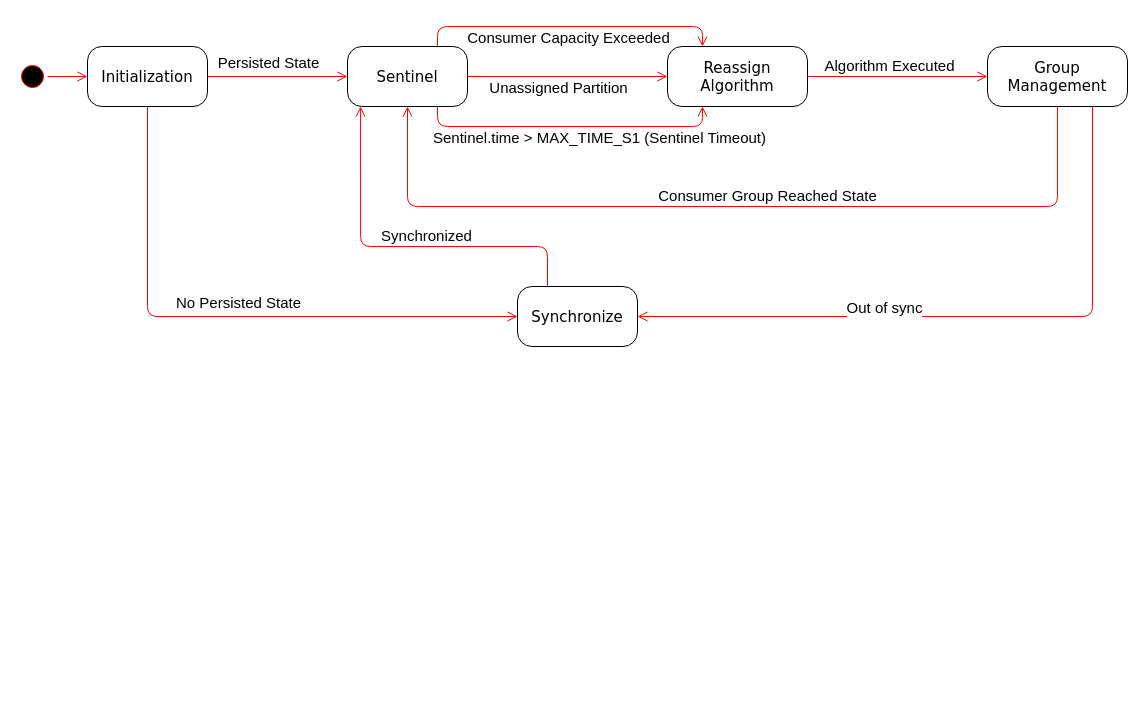
Before: Architecture Diagram/state_machine.drawio in landaudiogo/thesis_data, a draw.io diagram. Source tidied: cells renumbered, new cells numbered last; positions are measured from the earlier drawing's top-left corner, leaving out a move shared by most shapes. Both pictures are drawn from the tidied source at 100%, with x=0, y=0 at pixel (17, 26).
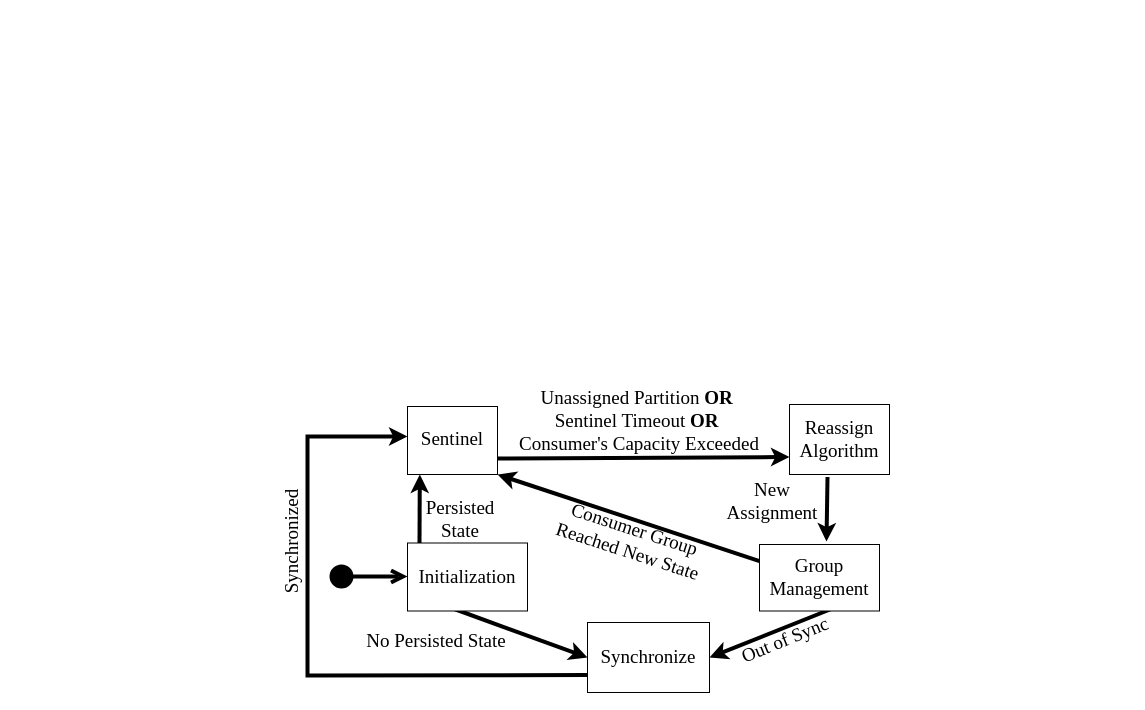
The same diagram, later.

Commit message (it also covers changes not shown here):
Update drawio diagrams for article

Change to the diagram source:
```diff
@@
-    <mxCell id="2" style="ellipse;html=1;shape=startState;fillColor=#000000;strokeColor=#ff0000;rounded=1;shadow=0;comic=0;labelBackgroundColor=none;fontFamily=Verdana;fontSize=12;fontColor=#000000;align=center;direction=south;" parent="1" vertex="1">
-      <mxGeometry y="35" width="30" height="30" as="geometry" />
-    </mxCell>
-    <mxCell id="3" value="Sentinel" style="rounded=1;whiteSpace=wrap;html=1;arcSize=24;shadow=0;comic=0;labelBackgroundColor=none;fontFamily=Verdana;fontSize=15;align=center;fillColor=#FFFFFF;" parent="1" vertex="1">
-      <mxGeometry x="330" y="20" width="120" height="60" as="geometry" />
-    </mxCell>
-    <mxCell id="4" style="edgeStyle=orthogonalEdgeStyle;html=1;labelBackgroundColor=none;endArrow=open;endSize=8;strokeColor=#ff0000;fontFamily=Verdana;fontSize=12;align=left;exitX=1;exitY=0.5;exitDx=0;exitDy=0;" parent="1" edge="1" source="18" target="3">
-      <mxGeometry relative="1" as="geometry" />
-    </mxCell>
+    <mxCell id="27" style="rounded=0;whiteSpace=wrap;html=1;arcSize=24;shadow=0;comic=0;labelBackgroundColor=none;fontFamily=Verdana;fontSize=18;align=center;fillColor=#FFFFFF;" parent="1" vertex="1">
+      <mxGeometry x="390" y="380" width="90" height="68" as="geometry" />
+    </mxCell>
+    <mxCell id="28" value="&lt;font style=&quot;font-size: 18px;&quot;&gt;&lt;br style=&quot;font-size: 18px;&quot;&gt;&lt;/font&gt;" style="rounded=0;whiteSpace=wrap;html=1;arcSize=24;shadow=0;comic=0;labelBackgroundColor=none;fontFamily=Verdana;fontSize=18;align=center;fillColor=#FFFFFF;" parent="1" vertex="1">
+      <mxGeometry x="772" y="378" width="100" height="70" as="geometry" />
+    </mxCell>
+    <mxCell id="29" style="rounded=0;whiteSpace=wrap;html=1;arcSize=24;shadow=0;comic=0;labelBackgroundColor=none;fontFamily=Verdana;fontSize=18;align=center;fillColor=#FFFFFF;" parent="1" vertex="1">
+      <mxGeometry x="570" y="596" width="122" height="70" as="geometry" />
+    </mxCell>
+    <mxCell id="30" value="&lt;font style=&quot;font-size: 19px;&quot;&gt;Out of Sync&lt;/font&gt;" style="text;html=1;strokeColor=none;fillColor=none;align=center;verticalAlign=middle;whiteSpace=wrap;rounded=0;fontSize=19;fontFamily=Times New Roman;rotation=338;" parent="1" vertex="1">
+      <mxGeometry x="708" y="599" width="120" height="30" as="geometry" />
+    </mxCell>
+    <mxCell id="22" value="No Persisted State" style="text;html=1;strokeColor=none;fillColor=none;align=center;verticalAlign=middle;whiteSpace=wrap;rounded=0;fontSize=19;fontFamily=Times New Roman;rotation=0;" parent="1" vertex="1">
+      <mxGeometry x="328" y="600" width="182" height="30" as="geometry" />
+    </mxCell>
-    <mxCell id="5" value="Persisted State" style="edgeLabel;html=1;align=center;verticalAlign=middle;fontSize=15;" parent="4" vertex="1">
-      <mxGeometry x="-0.15" relative="1" as="geometry">
-        <mxPoint y="-15" as="offset" />
-      </mxGeometry>
+    <mxCell id="5" value="Persisted State" style="text;html=1;strokeColor=none;fillColor=none;align=center;verticalAlign=middle;whiteSpace=wrap;rounded=0;fontSize=19;fontFamily=Times New Roman;" parent="1" vertex="1">
+      <mxGeometry x="408" y="478" width="70" height="30" as="geometry" />
     </mxCell>
+    <mxCell id="31" value="Unassigned Partition &lt;b style=&quot;font-size: 19px;&quot;&gt;OR&amp;nbsp;&lt;/b&gt;&lt;br style=&quot;font-size: 19px;&quot;&gt;Sentinel Timeout &lt;b style=&quot;font-size: 19px;&quot;&gt;OR&amp;nbsp;&lt;br style=&quot;font-size: 19px;&quot;&gt;&lt;/b&gt;Consumer's Capacity Exceeded" style="text;html=1;strokeColor=none;fillColor=none;align=center;verticalAlign=middle;whiteSpace=wrap;rounded=0;fontSize=19;fontFamily=Times New Roman;" parent="1" vertex="1">
+      <mxGeometry x="472" y="380" width="300" height="30" as="geometry" />
+    </mxCell>
+    <mxCell id="32" style="endArrow=classic;html=1;rounded=0;strokeWidth=4;fontFamily=Times New Roman;fontSize=27;entryX=0;entryY=0.75;entryDx=0;entryDy=0;" parent="1" edge="1" target="28">
+      <mxGeometry relative="1" as="geometry">
+        <mxPoint x="480" y="432" as="sourcePoint" />
+      </mxGeometry>
+    </mxCell>
+    <mxCell id="33" value="New Assignment" style="text;html=1;strokeColor=none;fillColor=none;align=center;verticalAlign=middle;whiteSpace=wrap;rounded=0;fontSize=19;fontFamily=Times New Roman;" parent="1" vertex="1">
+      <mxGeometry x="699" y="460" width="112" height="30" as="geometry" />
+    </mxCell>
+    <mxCell id="24" value="Synchronized" style="text;html=1;strokeColor=none;fillColor=none;align=center;verticalAlign=middle;whiteSpace=wrap;rounded=0;fontSize=19;fontFamily=Times New Roman;rotation=-90;" parent="1" vertex="1">
+      <mxGeometry x="230" y="500" width="90" height="30" as="geometry" />
+    </mxCell>
+    <mxCell id="34" value="Consumer Group Reached New State" style="text;html=1;strokeColor=none;fillColor=none;align=center;verticalAlign=middle;whiteSpace=wrap;rounded=0;fontSize=19;fontFamily=Times New Roman;rotation=18;" parent="1" vertex="1">
+      <mxGeometry x="532" y="499" width="164" height="30" as="geometry" />
+    </mxCell>
+    <mxCell id="35" style="html=1;verticalAlign=bottom;startArrow=circle;startFill=1;endArrow=open;startSize=6;endSize=8;rounded=0;strokeWidth=4;fontFamily=Times New Roman;fontSize=18;" parent="1" edge="1">
+      <mxGeometry relative="1" as="geometry">
+        <mxPoint x="310" y="550" as="sourcePoint" />
+        <mxPoint x="390" y="550" as="targetPoint" />
+      </mxGeometry>
+    </mxCell>
+    <mxCell id="36" style="endArrow=classic;html=1;rounded=0;strokeWidth=4;fontFamily=Times New Roman;fontSize=27;exitX=0;exitY=0.75;exitDx=0;exitDy=0;" parent="1" edge="1" source="29">
+      <mxGeometry relative="1" as="geometry">
+        <mxPoint x="390" y="410" as="targetPoint" />
+        <Array as="points">
+          <mxPoint x="290" y="649" />
+          <mxPoint x="290" y="410" />
+        </Array>
+      </mxGeometry>
+    </mxCell>
+    <mxCell id="37" style="endArrow=classic;html=1;rounded=0;strokeWidth=4;fontFamily=Times New Roman;fontSize=27;entryX=0.619;entryY=-0.02;entryDx=0;entryDy=0;entryPerimeter=0;exitX=1.005;exitY=0.607;exitDx=0;exitDy=0;exitPerimeter=0;" parent="1" edge="1">
+      <mxGeometry relative="1" as="geometry">
+        <mxPoint x="810" y="450.5" as="sourcePoint" />
+        <mxPoint x="809" y="515.1" as="targetPoint" />
+      </mxGeometry>
+    </mxCell>
+    <mxCell id="38" style="endArrow=classic;html=1;rounded=0;strokeWidth=4;fontFamily=Times New Roman;fontSize=27;entryX=0;entryY=0.5;entryDx=0;entryDy=0;exitX=1.005;exitY=0.607;exitDx=0;exitDy=0;exitPerimeter=0;" parent="1" edge="1" target="29">
+      <mxGeometry relative="1" as="geometry">
+        <mxPoint x="430" y="580" as="sourcePoint" />
+      </mxGeometry>
+    </mxCell>
+    <mxCell id="39" style="endArrow=classic;html=1;rounded=0;strokeWidth=4;fontFamily=Times New Roman;fontSize=27;entryX=1;entryY=0.5;entryDx=0;entryDy=0;" parent="1" edge="1" target="29">
+      <mxGeometry relative="1" as="geometry">
+        <mxPoint x="820" y="580" as="sourcePoint" />
+      </mxGeometry>
+    </mxCell>
+    <mxCell id="40" style="endArrow=classic;html=1;rounded=0;strokeWidth=4;fontFamily=Times New Roman;fontSize=27;entryX=1;entryY=1;entryDx=0;entryDy=0;exitX=0;exitY=0.25;exitDx=0;exitDy=0;" parent="1" edge="1" target="27">
+      <mxGeometry relative="1" as="geometry">
+        <mxPoint x="742" y="534.6" as="sourcePoint" />
+      </mxGeometry>
+    </mxCell>
+    <mxCell id="41" value="&lt;font style=&quot;font-size: 18px;&quot;&gt;&lt;br style=&quot;font-size: 18px;&quot;&gt;&lt;/font&gt;" style="rounded=0;whiteSpace=wrap;html=1;arcSize=24;shadow=0;comic=0;labelBackgroundColor=none;fontFamily=Verdana;fontSize=18;align=center;fillColor=#FFFFFF;" parent="1" vertex="1">
+      <mxGeometry x="742" y="518" width="120" height="66.5" as="geometry" />
+    </mxCell>
+    <mxCell id="42" style="endArrow=classic;html=1;rounded=0;strokeWidth=4;fontFamily=Times New Roman;fontSize=27;entryX=0.685;entryY=1.023;entryDx=0;entryDy=0;entryPerimeter=0;exitX=0;exitY=0;exitDx=0;exitDy=0;" parent="1" edge="1">
+      <mxGeometry relative="1" as="geometry">
+        <mxPoint x="402" y="516.5" as="sourcePoint" />
+        <mxPoint x="402.3" y="448" as="targetPoint" />
+      </mxGeometry>
+    </mxCell>
+    <mxCell id="43" style="rounded=0;whiteSpace=wrap;html=1;arcSize=24;shadow=0;comic=0;labelBackgroundColor=none;fontFamily=Verdana;fontSize=18;align=center;fillColor=#FFFFFF;" parent="1" vertex="1">
+      <mxGeometry x="390" y="516.5" width="120" height="68" as="geometry" />
+    </mxCell>
-    <mxCell id="6" value="Reassign Algorithm" style="rounded=1;whiteSpace=wrap;html=1;arcSize=24;shadow=0;comic=0;labelBackgroundColor=none;fontFamily=Verdana;fontSize=15;align=center;fillColor=#FFFFFF;" parent="1" vertex="1">
-      <mxGeometry x="650" y="20" width="140" height="60" as="geometry" />
+    <mxCell id="6" value="Reassign Algorithm" style="text;html=1;strokeColor=none;fillColor=none;align=center;verticalAlign=middle;whiteSpace=wrap;rounded=0;fontSize=19;fontFamily=Times New Roman;" parent="1" vertex="1">
+      <mxGeometry x="766" y="398" width="112" height="30" as="geometry" />
     </mxCell>
-    <mxCell id="7" value="Group Management" style="rounded=1;whiteSpace=wrap;html=1;arcSize=24;shadow=0;comic=0;labelBackgroundColor=none;fontFamily=Verdana;fontSize=15;align=center;fillColor=#FFFFFF;" parent="1" vertex="1">
-      <mxGeometry x="970" y="20" width="140" height="60" as="geometry" />
+    <mxCell id="7" value="Group Management" style="text;html=1;strokeColor=none;fillColor=none;align=center;verticalAlign=middle;whiteSpace=wrap;rounded=0;fontSize=19;fontFamily=Times New Roman;" parent="1" vertex="1">
+      <mxGeometry x="746" y="535.5" width="112" height="30" as="geometry" />
     </mxCell>
-    <mxCell id="8" style="edgeStyle=orthogonalEdgeStyle;html=1;labelBackgroundColor=none;endArrow=open;endSize=8;strokeColor=#ff0000;fontFamily=Verdana;fontSize=12;align=left;exitX=1;exitY=0.5;exitDx=0;exitDy=0;entryX=0;entryY=0.5;entryDx=0;entryDy=0;" parent="1" edge="1" source="3" target="6">
-      <mxGeometry relative="1" as="geometry" />
-    </mxCell>
-    <mxCell id="9" value="Unassigned Partition" style="edgeLabel;html=1;align=center;verticalAlign=middle;fontSize=15;" parent="8" vertex="1">
-      <mxGeometry x="-0.13" y="1" relative="1" as="geometry">
-        <mxPoint x="3" y="11" as="offset" />
-      </mxGeometry>
-    </mxCell>
-    <mxCell id="10" style="edgeStyle=orthogonalEdgeStyle;html=1;labelBackgroundColor=none;endArrow=open;endSize=8;strokeColor=#ff0000;fontFamily=Verdana;fontSize=12;align=left;exitX=0.75;exitY=1;exitDx=0;exitDy=0;entryX=0.25;entryY=1;entryDx=0;entryDy=0;" parent="1" edge="1" source="3" target="6">
-      <mxGeometry relative="1" as="geometry">
-        <Array as="points">
-          <mxPoint x="420" y="100" />
-          <mxPoint x="685" y="100" />
-        </Array>
-      </mxGeometry>
-    </mxCell>
-    <mxCell id="11" value="Sentinel.time &amp;gt; MAX_TIME_S1 (Sentinel Timeout)" style="edgeLabel;html=1;align=center;verticalAlign=middle;fontSize=15;" parent="10" vertex="1">
-      <mxGeometry x="-0.13" y="1" relative="1" as="geometry">
-        <mxPoint x="48" y="11" as="offset" />
-      </mxGeometry>
-    </mxCell>
-    <mxCell id="12" style="edgeStyle=orthogonalEdgeStyle;html=1;labelBackgroundColor=none;endArrow=open;endSize=8;strokeColor=#ff0000;fontFamily=Verdana;fontSize=12;align=left;exitX=0.75;exitY=0;exitDx=0;exitDy=0;entryX=0.25;entryY=0;entryDx=0;entryDy=0;" parent="1" edge="1" source="3" target="6">
-      <mxGeometry relative="1" as="geometry">
-        <Array as="points">
-          <mxPoint x="420" />
-          <mxPoint x="685" />
-        </Array>
-      </mxGeometry>
-    </mxCell>
-    <mxCell id="13" value="Consumer Capacity Exceeded" style="edgeLabel;html=1;align=center;verticalAlign=middle;fontSize=15;" parent="12" vertex="1">
-      <mxGeometry x="-0.13" y="1" relative="1" as="geometry">
-        <mxPoint x="17" y="11" as="offset" />
-      </mxGeometry>
-    </mxCell>
-    <mxCell id="14" style="edgeStyle=orthogonalEdgeStyle;html=1;labelBackgroundColor=none;endArrow=open;endSize=8;strokeColor=#ff0000;fontFamily=Verdana;fontSize=12;align=left;exitX=1;exitY=0.5;exitDx=0;exitDy=0;entryX=0;entryY=0.5;entryDx=0;entryDy=0;" parent="1" edge="1" source="6" target="7">
-      <mxGeometry relative="1" as="geometry" />
-    </mxCell>
-    <mxCell id="15" value="Algorithm Executed" style="edgeLabel;html=1;align=center;verticalAlign=middle;fontSize=15;" parent="14" vertex="1">
-      <mxGeometry x="-0.13" y="1" relative="1" as="geometry">
-        <mxPoint x="3" y="-11" as="offset" />
-      </mxGeometry>
-    </mxCell>
-    <mxCell id="16" style="edgeStyle=orthogonalEdgeStyle;html=1;labelBackgroundColor=none;endArrow=open;endSize=8;strokeColor=#ff0000;fontFamily=Verdana;fontSize=12;align=left;exitX=0.5;exitY=1;exitDx=0;exitDy=0;entryX=0.5;entryY=1;entryDx=0;entryDy=0;" parent="1" edge="1" source="7" target="3">
-      <mxGeometry relative="1" as="geometry">
-        <Array as="points">
-          <mxPoint x="1040" y="180" />
-          <mxPoint x="390" y="180" />
-        </Array>
-      </mxGeometry>
-    </mxCell>
-    <mxCell id="17" value="Consumer Group Reached State" style="edgeLabel;html=1;align=center;verticalAlign=middle;fontSize=15;" parent="16" vertex="1">
-      <mxGeometry x="-0.13" y="1" relative="1" as="geometry">
-        <mxPoint x="-21" y="-13" as="offset" />
-      </mxGeometry>
-    </mxCell>
+    <mxCell id="20" value="Synchronize" style="text;html=1;strokeColor=none;fillColor=none;align=center;verticalAlign=middle;whiteSpace=wrap;rounded=0;fontSize=19;fontFamily=Times New Roman;" parent="1" vertex="1">
+      <mxGeometry x="575" y="616" width="112" height="30" as="geometry" />
+    </mxCell>
-    <mxCell id="18" value="Initialization" style="rounded=1;whiteSpace=wrap;html=1;arcSize=24;shadow=0;comic=0;labelBackgroundColor=none;fontFamily=Verdana;fontSize=15;align=center;fillColor=#FFFFFF;" parent="1" vertex="1">
-      <mxGeometry x="70" y="20" width="120" height="60" as="geometry" />
+    <mxCell id="18" value="Initialization" style="text;html=1;strokeColor=none;fillColor=none;align=center;verticalAlign=middle;whiteSpace=wrap;rounded=0;fontSize=19;fontFamily=Times New Roman;" parent="1" vertex="1">
+      <mxGeometry x="394" y="535.5" width="112" height="30" as="geometry" />
     </mxCell>
-    <mxCell id="19" style="edgeStyle=orthogonalEdgeStyle;html=1;labelBackgroundColor=none;endArrow=open;endSize=8;strokeColor=#ff0000;fontFamily=Verdana;fontSize=12;align=left;exitX=0.5;exitY=0;exitDx=0;exitDy=0;entryX=0;entryY=0.5;entryDx=0;entryDy=0;" parent="1" edge="1" source="2" target="18">
-      <mxGeometry relative="1" as="geometry" />
-    </mxCell>
-    <mxCell id="20" value="Synchronize" style="rounded=1;whiteSpace=wrap;html=1;arcSize=24;shadow=0;comic=0;labelBackgroundColor=none;fontFamily=Verdana;fontSize=15;align=center;fillColor=#FFFFFF;" parent="1" vertex="1">
-      <mxGeometry x="500" y="260" width="120" height="60" as="geometry" />
-    </mxCell>
-    <mxCell id="21" style="edgeStyle=orthogonalEdgeStyle;html=1;labelBackgroundColor=none;endArrow=open;endSize=8;strokeColor=#ff0000;fontFamily=Verdana;fontSize=12;align=left;exitX=0.5;exitY=1;exitDx=0;exitDy=0;entryX=0;entryY=0.5;entryDx=0;entryDy=0;" parent="1" edge="1" source="18" target="20">
-      <mxGeometry relative="1" as="geometry" />
-    </mxCell>
-    <mxCell id="22" value="No Persisted State" style="edgeLabel;html=1;align=center;verticalAlign=middle;fontSize=15;" parent="21" vertex="1">
-      <mxGeometry x="-0.15" relative="1" as="geometry">
-        <mxPoint x="53" y="-15" as="offset" />
-      </mxGeometry>
-    </mxCell>
-    <mxCell id="23" style="edgeStyle=orthogonalEdgeStyle;html=1;labelBackgroundColor=none;endArrow=open;endSize=8;strokeColor=#ff0000;fontFamily=Verdana;fontSize=12;align=left;exitX=0.25;exitY=0;exitDx=0;exitDy=0;entryX=0.109;entryY=1;entryDx=0;entryDy=0;entryPerimeter=0;" parent="1" edge="1" source="20" target="3">
-      <mxGeometry relative="1" as="geometry">
-        <Array as="points">
-          <mxPoint x="530" y="220" />
-          <mxPoint x="343" y="220" />
-        </Array>
-      </mxGeometry>
-    </mxCell>
-    <mxCell id="24" value="Synchronized" style="edgeLabel;html=1;align=center;verticalAlign=middle;fontSize=15;" parent="23" vertex="1">
-      <mxGeometry x="-0.15" relative="1" as="geometry">
-        <mxPoint x="-6" y="-12" as="offset" />
-      </mxGeometry>
-    </mxCell>
-    <mxCell id="25" style="edgeStyle=orthogonalEdgeStyle;html=1;labelBackgroundColor=none;endArrow=open;endSize=8;strokeColor=#ff0000;fontFamily=Verdana;fontSize=12;align=left;exitX=0.75;exitY=1;exitDx=0;exitDy=0;entryX=1;entryY=0.5;entryDx=0;entryDy=0;" parent="1" edge="1" source="7" target="20">
-      <mxGeometry relative="1" as="geometry">
-        <Array as="points">
-          <mxPoint x="1075" y="290" />
-        </Array>
-      </mxGeometry>
-    </mxCell>
-    <mxCell id="26" value="Out of sync" style="edgeLabel;html=1;align=center;verticalAlign=middle;fontSize=15;" parent="25" vertex="1">
-      <mxGeometry x="-0.15" relative="1" as="geometry">
-        <mxPoint x="-136" y="-10" as="offset" />
-      </mxGeometry>
-    </mxCell>
+    <mxCell id="3" value="Sentinel" style="text;html=1;strokeColor=none;fillColor=none;align=center;verticalAlign=middle;whiteSpace=wrap;rounded=0;fontSize=19;fontFamily=Times New Roman;" parent="1" vertex="1">
+      <mxGeometry x="379" y="398" width="112" height="30" as="geometry" />
+    </mxCell>
```
